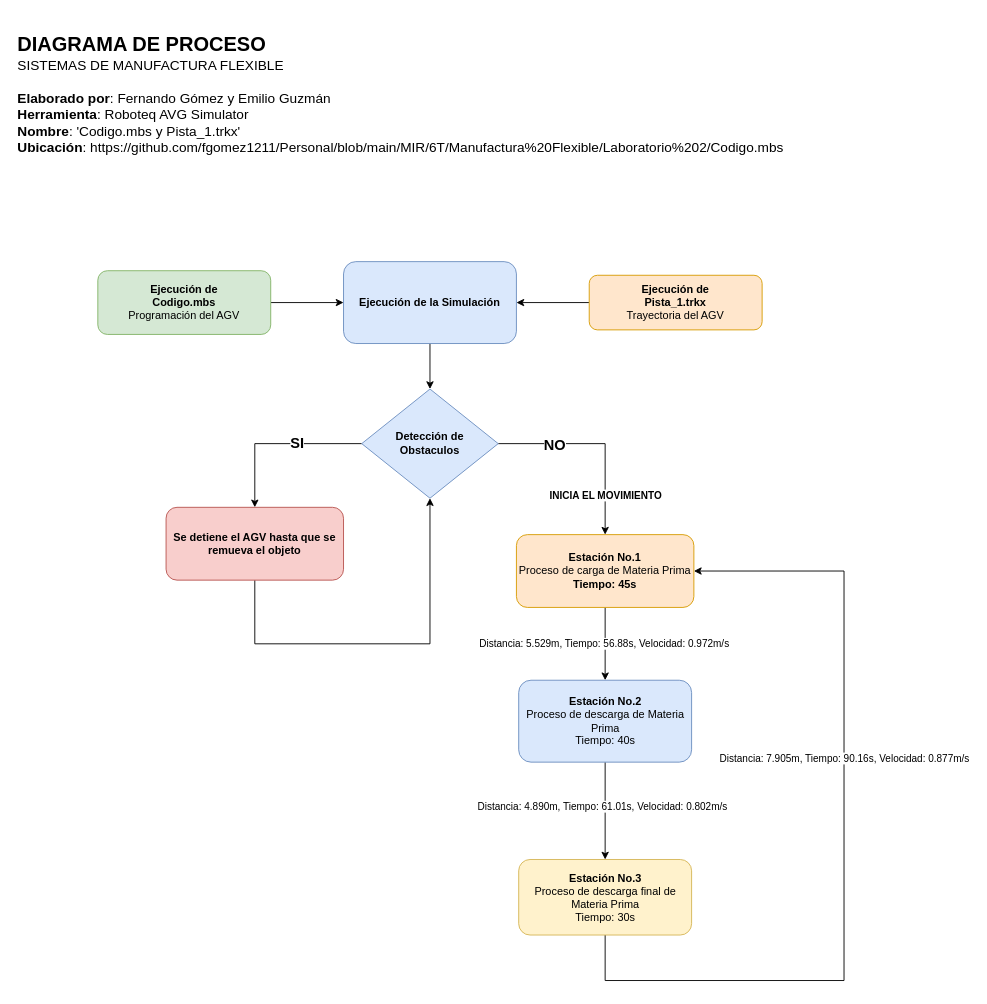
Above: MIR/6T/Manufactura Flexible/Laboratorio 3/Laboratorio 3 - Diagrama de Proceso.drawio in fgomez1211/Personal (draw.io), before the change. Source tidied: cells renumbered, new cells numbered last; positions are measured from the earlier drawing's top-left corner, leaving out a move shared by most shapes. Both pictures are drawn from the tidied source at 91%, with x=0, y=0 at pixel (15, 15).
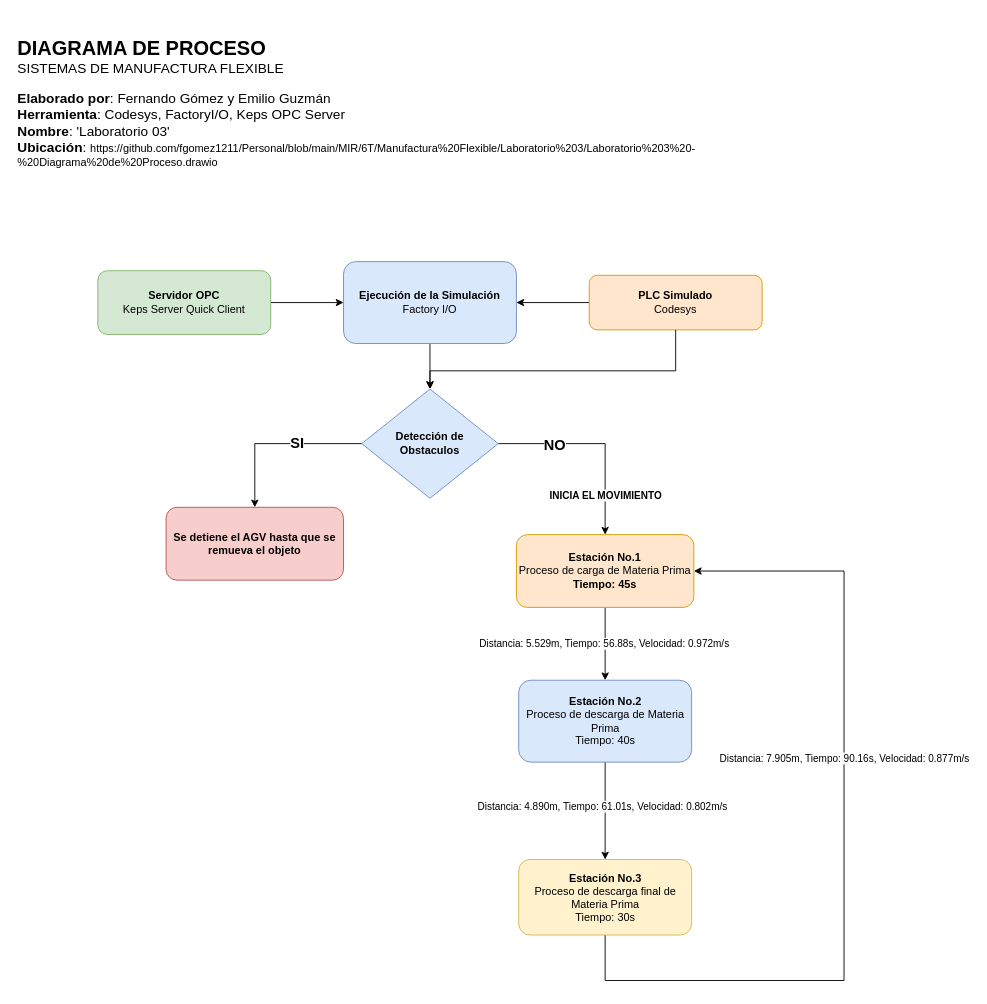
The same page after the edit.

The change refers to these unchanged cells:
```xml
<mxCell id="22" value="&lt;b&gt;Detección de &lt;br&gt;Obstaculos&lt;/b&gt;" style="rhombus;whiteSpace=wrap;html=1;fillColor=#dae8fc;strokeColor=#6c8ebf;" parent="1" vertex="1">
  <mxGeometry x="380" y="410" width="150" height="120" as="geometry" />
</mxCell>
<mxCell id="24" value="&lt;b&gt;Se detiene el AGV hasta que se remueva el objeto&lt;/b&gt;" style="whiteSpace=wrap;html=1;rounded=1;glass=0;strokeWidth=1;shadow=0;fillColor=#f8cecc;strokeColor=#b85450;" parent="1" vertex="1">
  <mxGeometry x="165" y="540" width="195" height="80" as="geometry" />
</mxCell>
```

Change to the diagram source:
```diff
@@
-    <mxCell id="3" value="&lt;b&gt;Ejecución de &lt;/b&gt;&lt;br&gt;&lt;b&gt;Codigo.mbs&lt;/b&gt;&lt;br&gt;Programación del AGV" style="rounded=1;whiteSpace=wrap;html=1;fontSize=12;glass=0;strokeWidth=1;shadow=0;fillColor=#d5e8d4;strokeColor=#82b366;" parent="1" vertex="1">
+    <mxCell id="3" value="&lt;b&gt;Servidor OPC&lt;/b&gt;&lt;br&gt;Keps Server Quick Client" style="rounded=1;whiteSpace=wrap;html=1;fontSize=12;glass=0;strokeWidth=1;shadow=0;fillColor=#d5e8d4;strokeColor=#82b366;" parent="1" vertex="1">
       <mxGeometry x="90" y="280" width="190" height="70" as="geometry" />
     </mxCell>
@@
-    <mxCell id="9" value="&lt;b style=&quot;font-size: 22px;&quot;&gt;DIAGRAMA DE PROCESO&lt;br&gt;&lt;/b&gt;&lt;font style=&quot;font-size: 15px;&quot;&gt;&lt;span style=&quot;font-size: 15px;&quot;&gt;SISTEMAS DE MANUFACTURA FLEXIBLE&lt;br&gt;&lt;/span&gt;&lt;br&gt;&lt;span style=&quot;font-size: 15px;&quot;&gt;&lt;b&gt;Elaborado por&lt;/b&gt;: Fernando Gómez y Emilio Guzmán&lt;/span&gt;&lt;br&gt;&lt;span style=&quot;font-size: 15px;&quot;&gt;&lt;b&gt;Herramienta&lt;/b&gt;: Roboteq AVG Simulator&lt;/span&gt;&lt;br&gt;&lt;span style=&quot;font-size: 15px;&quot;&gt;&lt;b&gt;Nombre&lt;/b&gt;: 'Codigo.mbs y Pista_1.trkx'&lt;/span&gt;&lt;br&gt;&lt;font style=&quot;font-size: 15px;&quot;&gt;&lt;b&gt;Ubicación&lt;/b&gt;:&amp;nbsp;https://github.com/fgomez1211/Personal/blob/main/MIR/6T/Manufactura%20Flexible/Laboratorio%202/Codigo.mbs&lt;br&gt;&lt;/font&gt;&lt;br&gt;&lt;/font&gt;" style="text;html=1;strokeColor=none;fillColor=none;align=left;verticalAlign=middle;whiteSpace=wrap;rounded=0;" parent="1" vertex="1">
+    <mxCell id="9" value="&lt;b style=&quot;font-size: 22px;&quot;&gt;DIAGRAMA DE PROCESO&lt;br&gt;&lt;/b&gt;&lt;font style=&quot;&quot;&gt;&lt;span style=&quot;font-size: 15px;&quot;&gt;SISTEMAS DE MANUFACTURA FLEXIBLE&lt;br&gt;&lt;/span&gt;&lt;br&gt;&lt;span style=&quot;font-size: 15px;&quot;&gt;&lt;b&gt;Elaborado por&lt;/b&gt;: Fernando Gómez y Emilio Guzmán&lt;/span&gt;&lt;br&gt;&lt;span style=&quot;font-size: 15px;&quot;&gt;&lt;b&gt;Herramienta&lt;/b&gt;: Codesys, FactoryI/O, Keps OPC Server&lt;/span&gt;&lt;br&gt;&lt;span style=&quot;font-size: 15px;&quot;&gt;&lt;b&gt;Nombre&lt;/b&gt;: 'Laboratorio 03'&lt;/span&gt;&lt;br&gt;&lt;font style=&quot;font-size: 15px;&quot;&gt;&lt;b&gt;Ubicación&lt;/b&gt;:&amp;nbsp;&lt;/font&gt;https://github.com/fgomez1211/Personal/blob/main/MIR/6T/Manufactura%20Flexible/Laboratorio%203/Laboratorio%203%20-%20Diagrama%20de%20Proceso.drawio&lt;br&gt;&lt;/font&gt;" style="text;html=1;strokeColor=none;fillColor=none;align=left;verticalAlign=middle;whiteSpace=wrap;rounded=0;" parent="1" vertex="1">
       <mxGeometry width="860" height="190" as="geometry" />
     </mxCell>
@@
-    <mxCell id="11" value="&lt;b&gt;Ejecución de&lt;/b&gt;&lt;br&gt;&lt;b&gt;Pista_1.trkx&lt;/b&gt;&lt;br&gt;Trayectoria del AGV" style="whiteSpace=wrap;html=1;rounded=1;glass=0;strokeWidth=1;shadow=0;fillColor=#ffe6cc;strokeColor=#d79b00;" parent="1" vertex="1">
+    <mxCell id="11" value="&lt;b&gt;PLC Simulado&lt;/b&gt;&lt;br&gt;Codesys" style="whiteSpace=wrap;html=1;rounded=1;glass=0;strokeWidth=1;shadow=0;fillColor=#ffe6cc;strokeColor=#d79b00;" parent="1" vertex="1">
       <mxGeometry x="630" y="285" width="190" height="60" as="geometry" />
     </mxCell>
-    <mxCell id="12" style="edgeStyle=orthogonalEdgeStyle;rounded=0;jettySize=auto;html=1;exitX=0.5;exitY=1;exitDx=0;exitDy=0;entryX=0.5;entryY=0;entryDx=0;entryDy=0;" parent="1" edge="1" source="13" target="22">
-      <mxGeometry relative="1" as="geometry" />
+    <mxCell id="12" style="edgeStyle=orthogonalEdgeStyle;rounded=0;jettySize=auto;html=1;exitX=0.5;exitY=1;exitDx=0;exitDy=0;entryX=0.5;entryY=0;entryDx=0;entryDy=0;" parent="1" edge="1" source="11" target="22">
+      <mxGeometry relative="1" as="geometry">
+        <Array as="points">
+          <mxPoint x="725" y="390" />
+          <mxPoint x="455" y="390" />
+        </Array>
+      </mxGeometry>
     </mxCell>
+    <mxCell id="25" style="edgeStyle=orthogonalEdgeStyle;rounded=0;jettySize=auto;html=1;exitX=0.5;exitY=1;exitDx=0;exitDy=0;entryX=0.5;entryY=0;entryDx=0;entryDy=0;" parent="1" edge="1" source="13" target="22">
+      <mxGeometry relative="1" as="geometry" />
+    </mxCell>
-    <mxCell id="13" value="&lt;b&gt;Ejecución de la Simulación&lt;/b&gt;" style="whiteSpace=wrap;html=1;rounded=1;glass=0;strokeWidth=1;shadow=0;fillColor=#dae8fc;strokeColor=#6c8ebf;" parent="1" vertex="1">
+    <mxCell id="13" value="&lt;b&gt;Ejecución de la Simulación&lt;/b&gt;&lt;br&gt;Factory I/O" style="whiteSpace=wrap;html=1;rounded=1;glass=0;strokeWidth=1;shadow=0;fillColor=#dae8fc;strokeColor=#6c8ebf;" parent="1" vertex="1">
       <mxGeometry x="360" y="270" width="190" height="90" as="geometry" />
     </mxCell>
@@
-    <mxCell id="23" style="edgeStyle=orthogonalEdgeStyle;rounded=0;jettySize=auto;html=1;exitX=0.5;exitY=1;exitDx=0;exitDy=0;entryX=0.5;entryY=1;entryDx=0;entryDy=0;" parent="1" edge="1" source="24" target="22">
-      <mxGeometry relative="1" as="geometry">
-        <Array as="points">
-          <mxPoint x="262" y="690" />
-          <mxPoint x="455" y="690" />
-        </Array>
-      </mxGeometry>
-    </mxCell>
```
